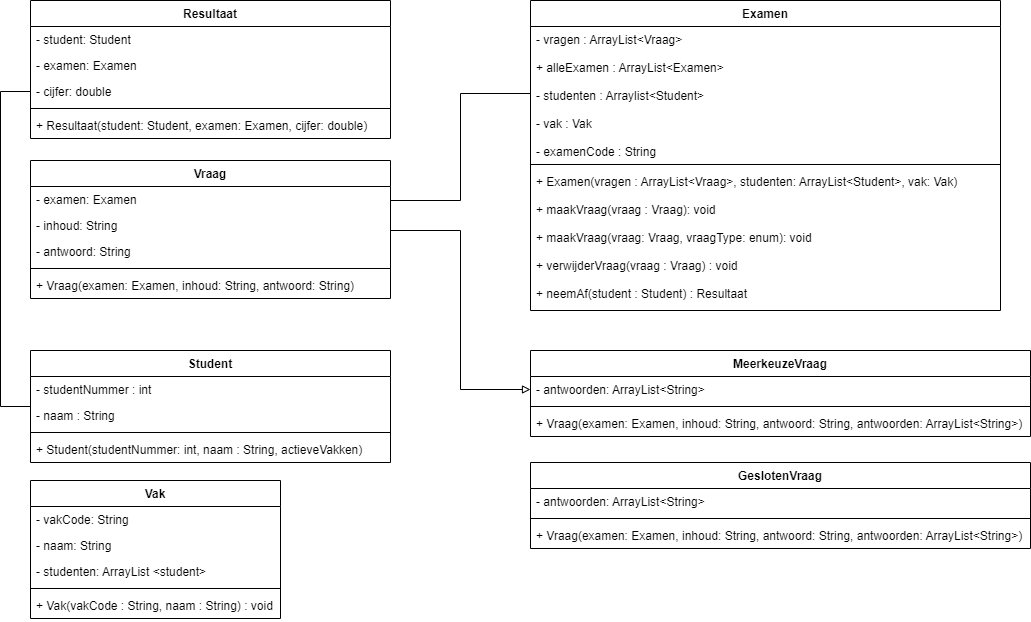
This is umlOntwerp/UML.png from RWelleman/Eksameneer, a draw.io export, as it was before one commit. Source tidied: cells renumbered, new cells last; positions are measured from the earlier drawing's top-left corner, leaving out a move shared by most shapes.
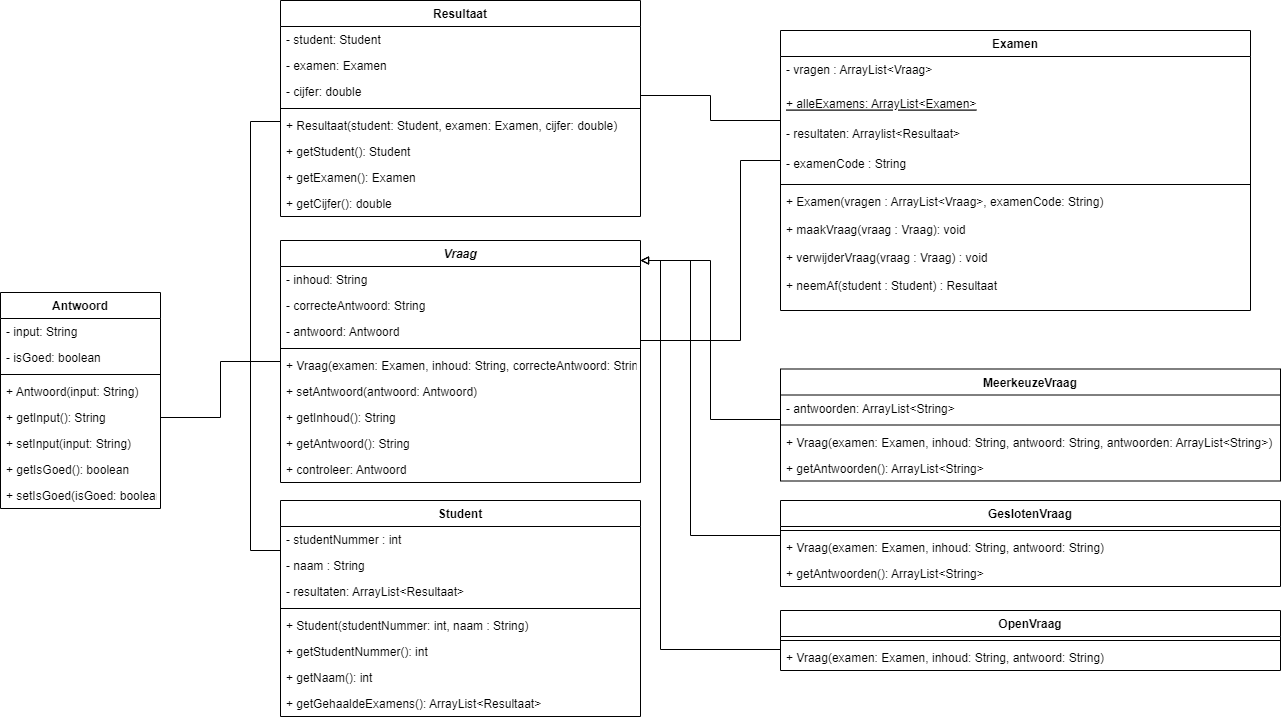
Above is the later version.

Commit message:
Vraag class gemaakt

Diff of the diagram source:
```diff
@@ -5,3 +5,3 @@
     <mxCell id="2" value="Resultaat" style="swimlane;fontStyle=1;align=center;verticalAlign=top;horizontal=1;startSize=26;" parent="1" vertex="1">
-      <mxGeometry x="30" width="360" height="138" as="geometry" />
+      <mxGeometry x="30" y="-30" width="360" height="216" as="geometry" />
     </mxCell>
@@ -22,14 +22,23 @@
     </mxCell>
+    <mxCell id="40" value="+ getStudent(): Student" style="text;strokeColor=none;fillColor=none;align=left;verticalAlign=top;spacingLeft=4;spacingRight=4;overflow=hidden;" parent="2" vertex="1">
+      <mxGeometry y="138" width="360" height="26" as="geometry" />
+    </mxCell>
+    <mxCell id="41" value="+ getExamen(): Examen" style="text;strokeColor=none;fillColor=none;align=left;verticalAlign=top;spacingLeft=4;spacingRight=4;overflow=hidden;" parent="2" vertex="1">
+      <mxGeometry y="164" width="360" height="26" as="geometry" />
+    </mxCell>
+    <mxCell id="42" value="+ getCijfer(): double" style="text;strokeColor=none;fillColor=none;align=left;verticalAlign=top;spacingLeft=4;spacingRight=4;overflow=hidden;" parent="2" vertex="1">
+      <mxGeometry y="190" width="360" height="26" as="geometry" />
+    </mxCell>
-    <mxCell id="8" value="Vraag" style="swimlane;fontStyle=1;align=center;verticalAlign=top;horizontal=1;startSize=26;" parent="1" vertex="1">
-      <mxGeometry x="30" y="160" width="360" height="138" as="geometry" />
+    <mxCell id="8" value="Vraag" style="swimlane;fontStyle=3;align=center;verticalAlign=top;horizontal=1;startSize=26;" parent="1" vertex="1">
+      <mxGeometry x="30" y="210" width="360" height="242" as="geometry" />
     </mxCell>
-    <mxCell id="9" value="- examen: Examen" style="text;strokeColor=none;fillColor=none;align=left;verticalAlign=top;spacingLeft=4;spacingRight=4;overflow=hidden;" parent="8" vertex="1">
-      <mxGeometry y="26" width="360" height="26" as="geometry" />
-    </mxCell>
     <mxCell id="10" value="- inhoud: String" style="text;strokeColor=none;fillColor=none;align=left;verticalAlign=top;spacingLeft=4;spacingRight=4;overflow=hidden;" parent="8" vertex="1">
-      <mxGeometry y="52" width="360" height="26" as="geometry" />
+      <mxGeometry y="26" width="360" height="26" as="geometry" />
     </mxCell>
-    <mxCell id="11" value="- antwoord: String" style="text;strokeColor=none;fillColor=none;align=left;verticalAlign=top;spacingLeft=4;spacingRight=4;overflow=hidden;" parent="8" vertex="1">
-      <mxGeometry y="78" width="360" height="26" as="geometry" />
+    <mxCell id="11" value="- correcteAntwoord: String" style="text;strokeColor=none;fillColor=none;align=left;verticalAlign=top;spacingLeft=4;spacingRight=4;overflow=hidden;" parent="8" vertex="1">
+      <mxGeometry y="52" width="360" height="26" as="geometry" />
     </mxCell>
+    <mxCell id="43" value="- antwoord: Antwoord" style="text;strokeColor=none;fillColor=none;align=left;verticalAlign=top;spacingLeft=4;spacingRight=4;overflow=hidden;" parent="8" vertex="1">
+      <mxGeometry y="78" width="360" height="26" as="geometry" />
+    </mxCell>
     <mxCell id="12" style="line;strokeWidth=1;fillColor=none;align=left;verticalAlign=middle;spacingTop=-1;spacingLeft=3;spacingRight=3;labelPosition=right;" parent="8" vertex="1">
@@ -37,19 +46,40 @@
     </mxCell>
-    <mxCell id="13" value="+ Vraag(examen: Examen, inhoud: String, antwoord: String)" style="text;strokeColor=none;fillColor=none;align=left;verticalAlign=top;spacingLeft=4;spacingRight=4;overflow=hidden;" parent="8" vertex="1">
+    <mxCell id="13" value="+ Vraag(examen: Examen, inhoud: String, correcteAntwoord: String)" style="text;strokeColor=none;fillColor=none;align=left;verticalAlign=top;spacingLeft=4;spacingRight=4;overflow=hidden;" parent="8" vertex="1">
       <mxGeometry y="112" width="360" height="26" as="geometry" />
     </mxCell>
+    <mxCell id="44" value="+ setAntwoord(antwoord: Antwoord)" style="text;strokeColor=none;fillColor=none;align=left;verticalAlign=top;spacingLeft=4;spacingRight=4;overflow=hidden;" parent="8" vertex="1">
+      <mxGeometry y="138" width="360" height="26" as="geometry" />
+    </mxCell>
+    <mxCell id="45" value="+ getInhoud(): String" style="text;strokeColor=none;fillColor=none;align=left;verticalAlign=top;spacingLeft=4;spacingRight=4;overflow=hidden;" parent="8" vertex="1">
+      <mxGeometry y="164" width="360" height="26" as="geometry" />
+    </mxCell>
+    <mxCell id="46" value="+ getAntwoord(): String" style="text;strokeColor=none;fillColor=none;align=left;verticalAlign=top;spacingLeft=4;spacingRight=4;overflow=hidden;" parent="8" vertex="1">
+      <mxGeometry y="190" width="360" height="26" as="geometry" />
+    </mxCell>
+    <mxCell id="47" value="+ controleer: Antwoord" style="text;strokeColor=none;fillColor=none;align=left;verticalAlign=top;spacingLeft=4;spacingRight=4;overflow=hidden;" parent="8" vertex="1">
+      <mxGeometry y="216" width="360" height="26" as="geometry" />
+    </mxCell>
     <mxCell id="14" value="Examen" style="swimlane;fontStyle=1;align=center;verticalAlign=top;horizontal=1;startSize=26;" parent="1" vertex="1">
-      <mxGeometry x="530" width="470" height="310" as="geometry" />
+      <mxGeometry x="530" width="470" height="280" as="geometry" />
     </mxCell>
-    <mxCell id="15" value="- vragen : ArrayList&lt;Vraag&gt;&#10;&#10;+ alleExamen : ArrayList&lt;Examen&gt;&#10;&#10;- studenten : Arraylist&lt;Student&gt;&#10;&#10;- vak : Vak&#10;&#10;- examenCode : String&#10;" style="text;strokeColor=none;fillColor=none;align=left;verticalAlign=top;spacingLeft=4;spacingRight=4;overflow=hidden;points=[[0,0.5],[1,0.5]];portConstraint=eastwest;" parent="14" vertex="1">
-      <mxGeometry y="26" width="470" height="134" as="geometry" />
+    <mxCell id="15" value="- vragen : ArrayList&lt;Vraag&gt;" style="text;strokeColor=none;fillColor=none;align=left;verticalAlign=top;spacingLeft=4;spacingRight=4;overflow=hidden;points=[[0,0.5],[1,0.5]];portConstraint=eastwest;fontStyle=0;" parent="14" vertex="1">
+      <mxGeometry y="26" width="470" height="34" as="geometry" />
     </mxCell>
+    <mxCell id="48" value="+ alleExamens: ArrayList&lt;Examen&gt;" style="text;strokeColor=none;fillColor=none;align=left;verticalAlign=top;spacingLeft=4;spacingRight=4;overflow=hidden;fontStyle=4;" parent="14" vertex="1">
+      <mxGeometry y="60" width="470" height="30" as="geometry" />
+    </mxCell>
+    <mxCell id="49" value="- resultaten: Arraylist&lt;Resultaat&gt;" style="text;strokeColor=none;fillColor=none;align=left;verticalAlign=top;spacingLeft=4;spacingRight=4;overflow=hidden;fontStyle=0;" parent="14" vertex="1">
+      <mxGeometry y="90" width="470" height="30" as="geometry" />
+    </mxCell>
+    <mxCell id="50" value="- examenCode : String&#10;" style="text;strokeColor=none;fillColor=none;align=left;verticalAlign=top;spacingLeft=4;spacingRight=4;overflow=hidden;fontStyle=0;" parent="14" vertex="1">
+      <mxGeometry y="120" width="470" height="30" as="geometry" />
+    </mxCell>
     <mxCell id="16" style="line;strokeWidth=1;fillColor=none;align=left;verticalAlign=middle;spacingTop=-1;spacingLeft=3;spacingRight=3;labelPosition=right;" parent="14" vertex="1">
-      <mxGeometry y="160" width="470" height="8" as="geometry" />
+      <mxGeometry y="150" width="470" height="8" as="geometry" />
     </mxCell>
-    <mxCell id="17" value="+ Examen(vragen : ArrayList&lt;Vraag&gt;, studenten: ArrayList&lt;Student&gt;, vak: Vak)&#10;&#10;+ maakVraag(vraag : Vraag): void&#10;&#10;+ maakVraag(vraag: Vraag, vraagType: enum): void&#10;&#10;+ verwijderVraag(vraag : Vraag) : void&#10;&#10;+ neemAf(student : Student) : Resultaat" style="text;strokeColor=none;fillColor=none;align=left;verticalAlign=top;spacingLeft=4;spacingRight=4;overflow=hidden;" parent="14" vertex="1">
-      <mxGeometry y="168" width="470" height="142" as="geometry" />
+    <mxCell id="17" value="+ Examen(vragen : ArrayList&lt;Vraag&gt;, examenCode: String)&#10;&#10;+ maakVraag(vraag : Vraag): void&#10;&#10;+ verwijderVraag(vraag : Vraag) : void&#10;&#10;+ neemAf(student : Student) : Resultaat" style="text;strokeColor=none;fillColor=none;align=left;verticalAlign=top;spacingLeft=4;spacingRight=4;overflow=hidden;" parent="14" vertex="1">
+      <mxGeometry y="158" width="470" height="122" as="geometry" />
     </mxCell>
     <mxCell id="18" value="Student" style="swimlane;fontStyle=1;align=center;verticalAlign=top;horizontal=1;startSize=26;" parent="1" vertex="1">
-      <mxGeometry x="30" y="350" width="360" height="112" as="geometry" />
+      <mxGeometry x="30" y="470" width="360" height="216" as="geometry" />
     </mxCell>
@@ -58,31 +88,25 @@
     </mxCell>
+    <mxCell id="51" value="- naam : String" style="text;strokeColor=none;fillColor=none;align=left;verticalAlign=top;spacingLeft=4;spacingRight=4;overflow=hidden;" parent="18" vertex="1">
+      <mxGeometry y="52" width="360" height="26" as="geometry" />
+    </mxCell>
-    <mxCell id="20" value="- naam : String" style="text;strokeColor=none;fillColor=none;align=left;verticalAlign=top;spacingLeft=4;spacingRight=4;overflow=hidden;" parent="18" vertex="1">
-      <mxGeometry y="52" width="360" height="26" as="geometry" />
+    <mxCell id="20" value="- resultaten: ArrayList&lt;Resultaat&gt;" style="text;strokeColor=none;fillColor=none;align=left;verticalAlign=top;spacingLeft=4;spacingRight=4;overflow=hidden;" parent="18" vertex="1">
+      <mxGeometry y="78" width="360" height="26" as="geometry" />
     </mxCell>
     <mxCell id="21" style="line;strokeWidth=1;fillColor=none;align=left;verticalAlign=middle;spacingTop=-1;spacingLeft=3;spacingRight=3;labelPosition=right;" parent="18" vertex="1">
-      <mxGeometry y="78" width="360" height="8" as="geometry" />
+      <mxGeometry y="104" width="360" height="8" as="geometry" />
     </mxCell>
-    <mxCell id="22" value="+ Student(studentNummer: int, naam : String, actieveVakken)" style="text;strokeColor=none;fillColor=none;align=left;verticalAlign=top;spacingLeft=4;spacingRight=4;overflow=hidden;" parent="18" vertex="1">
-      <mxGeometry y="86" width="360" height="26" as="geometry" />
+    <mxCell id="22" value="+ Student(studentNummer: int, naam : String)" style="text;strokeColor=none;fillColor=none;align=left;verticalAlign=top;spacingLeft=4;spacingRight=4;overflow=hidden;" parent="18" vertex="1">
+      <mxGeometry y="112" width="360" height="26" as="geometry" />
     </mxCell>
-    <mxCell id="23" value="Vak" style="swimlane;fontStyle=1;align=center;verticalAlign=top;horizontal=1;startSize=26;" parent="1" vertex="1">
-      <mxGeometry x="30" y="480" width="250" height="138" as="geometry" />
-    </mxCell>
-    <mxCell id="24" value="- vakCode: String" style="text;strokeColor=none;fillColor=none;align=left;verticalAlign=top;spacingLeft=4;spacingRight=4;overflow=hidden;" parent="23" vertex="1">
-      <mxGeometry y="26" width="250" height="26" as="geometry" />
-    </mxCell>
-    <mxCell id="25" value="- naam: String" style="text;strokeColor=none;fillColor=none;align=left;verticalAlign=top;spacingLeft=4;spacingRight=4;overflow=hidden;" parent="23" vertex="1">
-      <mxGeometry y="52" width="250" height="26" as="geometry" />
-    </mxCell>
-    <mxCell id="26" value="- studenten: ArrayList &lt;student&gt;" style="text;strokeColor=none;fillColor=none;align=left;verticalAlign=top;spacingLeft=4;spacingRight=4;overflow=hidden;" parent="23" vertex="1">
-      <mxGeometry y="78" width="250" height="26" as="geometry" />
-    </mxCell>
-    <mxCell id="27" style="line;strokeWidth=1;fillColor=none;align=left;verticalAlign=middle;spacingTop=-1;spacingLeft=3;spacingRight=3;labelPosition=right;" parent="23" vertex="1">
-      <mxGeometry y="104" width="250" height="8" as="geometry" />
-    </mxCell>
-    <mxCell id="28" value="+ Vak(vakCode : String, naam : String) : void" style="text;strokeColor=none;fillColor=none;align=left;verticalAlign=top;spacingLeft=4;spacingRight=4;overflow=hidden;" parent="23" vertex="1">
-      <mxGeometry y="112" width="250" height="26" as="geometry" />
-    </mxCell>
+    <mxCell id="52" value="+ getStudentNummer(): int" style="text;strokeColor=none;fillColor=none;align=left;verticalAlign=top;spacingLeft=4;spacingRight=4;overflow=hidden;" parent="18" vertex="1">
+      <mxGeometry y="138" width="360" height="26" as="geometry" />
+    </mxCell>
+    <mxCell id="53" value="+ getNaam(): int" style="text;strokeColor=none;fillColor=none;align=left;verticalAlign=top;spacingLeft=4;spacingRight=4;overflow=hidden;" parent="18" vertex="1">
+      <mxGeometry y="164" width="360" height="26" as="geometry" />
+    </mxCell>
+    <mxCell id="54" value="+ getGehaaldeExamens(): ArrayList&lt;Resultaat&gt;" style="text;strokeColor=none;fillColor=none;align=left;verticalAlign=top;spacingLeft=4;spacingRight=4;overflow=hidden;" parent="18" vertex="1">
+      <mxGeometry y="190" width="360" height="26" as="geometry" />
+    </mxCell>
     <mxCell id="29" value="MeerkeuzeVraag" style="swimlane;fontStyle=1;align=center;verticalAlign=top;horizontal=1;startSize=26;" parent="1" vertex="1">
-      <mxGeometry x="530" y="350" width="500" height="86" as="geometry" />
+      <mxGeometry x="530" y="338.5" width="500" height="112" as="geometry" />
     </mxCell>
@@ -97,3 +121,6 @@
     </mxCell>
+    <mxCell id="55" value="+ getAntwoorden(): ArrayList&lt;String&gt;" style="text;strokeColor=none;fillColor=none;align=left;verticalAlign=top;spacingLeft=4;spacingRight=4;overflow=hidden;" parent="29" vertex="1">
+      <mxGeometry y="86" width="500" height="26" as="geometry" />
+    </mxCell>
-    <mxCell id="33" style="edgeStyle=orthogonalEdgeStyle;rounded=0;jettySize=auto;html=1;endArrow=none;endFill=0;startArrow=block;startFill=0;" parent="1" edge="1" source="30" target="8">
+    <mxCell id="33" style="edgeStyle=orthogonalEdgeStyle;rounded=0;jettySize=auto;html=1;endArrow=block;endFill=0;startArrow=none;startFill=0;" parent="1" edge="1" source="30" target="8">
       <mxGeometry relative="1" as="geometry">
@@ -105,7 +132,7 @@
     </mxCell>
-    <mxCell id="34" style="edgeStyle=orthogonalEdgeStyle;rounded=0;jettySize=auto;html=1;startArrow=none;startFill=0;endArrow=none;endFill=0;" parent="1" edge="1" source="15" target="8">
+    <mxCell id="34" style="edgeStyle=orthogonalEdgeStyle;rounded=0;jettySize=auto;html=1;startArrow=none;startFill=0;endArrow=none;endFill=0;" parent="1" edge="1" source="14" target="8">
       <mxGeometry relative="1" as="geometry">
         <Array as="points">
-          <mxPoint x="460" y="93" />
-          <mxPoint x="460" y="200" />
+          <mxPoint x="490" y="130" />
+          <mxPoint x="490" y="310" />
         </Array>
@@ -113,3 +140,3 @@
     </mxCell>
-    <mxCell id="35" style="edgeStyle=orthogonalEdgeStyle;rounded=0;jettySize=auto;html=1;startArrow=none;startFill=0;endArrow=none;endFill=0;" parent="1" edge="1" source="5" target="18">
+    <mxCell id="35" style="edgeStyle=orthogonalEdgeStyle;rounded=0;jettySize=auto;html=1;startArrow=none;startFill=0;endArrow=none;endFill=0;" parent="1" edge="1" source="2" target="18">
       <mxGeometry relative="1" as="geometry">
@@ -117,3 +144,3 @@
           <mxPoint y="91" />
-          <mxPoint y="406" />
+          <mxPoint y="520" />
         </Array>
@@ -122,13 +149,77 @@
     <mxCell id="36" value="GeslotenVraag" style="swimlane;fontStyle=1;align=center;verticalAlign=top;horizontal=1;startSize=26;" parent="1" vertex="1">
-      <mxGeometry x="530" y="462" width="500" height="86" as="geometry" />
+      <mxGeometry x="530" y="470" width="500" height="86" as="geometry" />
     </mxCell>
-    <mxCell id="37" value="- antwoorden: ArrayList&lt;String&gt;" style="text;strokeColor=none;fillColor=none;align=left;verticalAlign=top;spacingLeft=4;spacingRight=4;overflow=hidden;" parent="36" vertex="1">
-      <mxGeometry y="26" width="500" height="26" as="geometry" />
-    </mxCell>
     <mxCell id="38" style="line;strokeWidth=1;fillColor=none;align=left;verticalAlign=middle;spacingTop=-1;spacingLeft=3;spacingRight=3;labelPosition=right;" parent="36" vertex="1">
-      <mxGeometry y="52" width="500" height="8" as="geometry" />
+      <mxGeometry y="26" width="500" height="8" as="geometry" />
     </mxCell>
-    <mxCell id="39" value="+ Vraag(examen: Examen, inhoud: String, antwoord: String, antwoorden: ArrayList&lt;String&gt;)" style="text;strokeColor=none;fillColor=none;align=left;verticalAlign=top;spacingLeft=4;spacingRight=4;overflow=hidden;" parent="36" vertex="1">
-      <mxGeometry y="60" width="500" height="26" as="geometry" />
+    <mxCell id="39" value="+ Vraag(examen: Examen, inhoud: String, antwoord: String)" style="text;strokeColor=none;fillColor=none;align=left;verticalAlign=top;spacingLeft=4;spacingRight=4;overflow=hidden;" parent="36" vertex="1">
+      <mxGeometry y="34" width="500" height="26" as="geometry" />
     </mxCell>
+    <mxCell id="56" value="+ getAntwoorden(): ArrayList&lt;String&gt;" style="text;strokeColor=none;fillColor=none;align=left;verticalAlign=top;spacingLeft=4;spacingRight=4;overflow=hidden;" parent="36" vertex="1">
+      <mxGeometry y="60" width="500" height="26" as="geometry" />
+    </mxCell>
+    <mxCell id="57" style="edgeStyle=orthogonalEdgeStyle;rounded=0;jettySize=auto;html=1;startArrow=block;startFill=0;endArrow=none;endFill=0;" parent="1" edge="1" source="8" target="36">
+      <mxGeometry relative="1" as="geometry">
+        <Array as="points">
+          <mxPoint x="440" y="230" />
+          <mxPoint x="440" y="505" />
+        </Array>
+      </mxGeometry>
+    </mxCell>
+    <mxCell id="58" value="OpenVraag" style="swimlane;fontStyle=1;align=center;verticalAlign=top;horizontal=1;startSize=26;" parent="1" vertex="1">
+      <mxGeometry x="530" y="580" width="500" height="60" as="geometry" />
+    </mxCell>
+    <mxCell id="59" style="line;strokeWidth=1;fillColor=none;align=left;verticalAlign=middle;spacingTop=-1;spacingLeft=3;spacingRight=3;labelPosition=right;" parent="58" vertex="1">
+      <mxGeometry y="26" width="500" height="8" as="geometry" />
+    </mxCell>
+    <mxCell id="60" value="+ Vraag(examen: Examen, inhoud: String, antwoord: String)" style="text;strokeColor=none;fillColor=none;align=left;verticalAlign=top;spacingLeft=4;spacingRight=4;overflow=hidden;" parent="58" vertex="1">
+      <mxGeometry y="34" width="500" height="26" as="geometry" />
+    </mxCell>
+    <mxCell id="61" style="edgeStyle=orthogonalEdgeStyle;rounded=0;jettySize=auto;html=1;startArrow=none;startFill=0;endArrow=block;endFill=0;" parent="1" edge="1" target="8">
+      <mxGeometry relative="1" as="geometry">
+        <mxPoint x="530" y="619" as="sourcePoint" />
+        <Array as="points">
+          <mxPoint x="410" y="619" />
+          <mxPoint x="410" y="230" />
+        </Array>
+      </mxGeometry>
+    </mxCell>
+    <mxCell id="62" style="edgeStyle=orthogonalEdgeStyle;rounded=0;jettySize=auto;html=1;startArrow=none;startFill=0;endArrow=none;endFill=0;" parent="1" edge="1" source="2" target="14">
+      <mxGeometry relative="1" as="geometry">
+        <Array as="points">
+          <mxPoint x="460" y="65" />
+          <mxPoint x="460" y="90" />
+        </Array>
+      </mxGeometry>
+    </mxCell>
+    <mxCell id="63" value="Antwoord" style="swimlane;fontStyle=1;align=center;verticalAlign=top;horizontal=1;startSize=26;" parent="1" vertex="1">
+      <mxGeometry x="-250" y="262" width="160" height="216" as="geometry" />
+    </mxCell>
+    <mxCell id="64" value="- input: String" style="text;strokeColor=none;fillColor=none;align=left;verticalAlign=top;spacingLeft=4;spacingRight=4;overflow=hidden;" parent="63" vertex="1">
+      <mxGeometry y="26" width="160" height="26" as="geometry" />
+    </mxCell>
+    <mxCell id="65" value="- isGoed: boolean" style="text;strokeColor=none;fillColor=none;align=left;verticalAlign=top;spacingLeft=4;spacingRight=4;overflow=hidden;" parent="63" vertex="1">
+      <mxGeometry y="52" width="160" height="26" as="geometry" />
+    </mxCell>
+    <mxCell id="66" style="line;strokeWidth=1;fillColor=none;align=left;verticalAlign=middle;spacingTop=-1;spacingLeft=3;spacingRight=3;labelPosition=right;" parent="63" vertex="1">
+      <mxGeometry y="78" width="160" height="8" as="geometry" />
+    </mxCell>
+    <mxCell id="67" value="+ Antwoord(input: String)" style="text;strokeColor=none;fillColor=none;align=left;verticalAlign=top;spacingLeft=4;spacingRight=4;overflow=hidden;" parent="63" vertex="1">
+      <mxGeometry y="86" width="160" height="26" as="geometry" />
+    </mxCell>
+    <mxCell id="68" value="+ getInput(): String" style="text;strokeColor=none;fillColor=none;align=left;verticalAlign=top;spacingLeft=4;spacingRight=4;overflow=hidden;points=[[0,0.5],[1,0.5]];portConstraint=eastwest;" parent="63" vertex="1">
+      <mxGeometry y="112" width="160" height="26" as="geometry" />
+    </mxCell>
+    <mxCell id="69" value="+ setInput(input: String)" style="text;strokeColor=none;fillColor=none;align=left;verticalAlign=top;spacingLeft=4;spacingRight=4;overflow=hidden;" parent="63" vertex="1">
+      <mxGeometry y="138" width="160" height="26" as="geometry" />
+    </mxCell>
+    <mxCell id="70" value="+ getIsGoed(): boolean" style="text;strokeColor=none;fillColor=none;align=left;verticalAlign=top;spacingLeft=4;spacingRight=4;overflow=hidden;" parent="63" vertex="1">
+      <mxGeometry y="164" width="160" height="26" as="geometry" />
+    </mxCell>
+    <mxCell id="71" value="+ setIsGoed(isGoed: boolean)" style="text;strokeColor=none;fillColor=none;align=left;verticalAlign=top;spacingLeft=4;spacingRight=4;overflow=hidden;" parent="63" vertex="1">
+      <mxGeometry y="190" width="160" height="26" as="geometry" />
+    </mxCell>
+    <mxCell id="72" style="edgeStyle=orthogonalEdgeStyle;rounded=0;jettySize=auto;html=1;startArrow=none;startFill=0;endArrow=none;endFill=0;" parent="1" edge="1" source="68" target="8">
+      <mxGeometry relative="1" as="geometry" />
+    </mxCell>
   </root>
```
